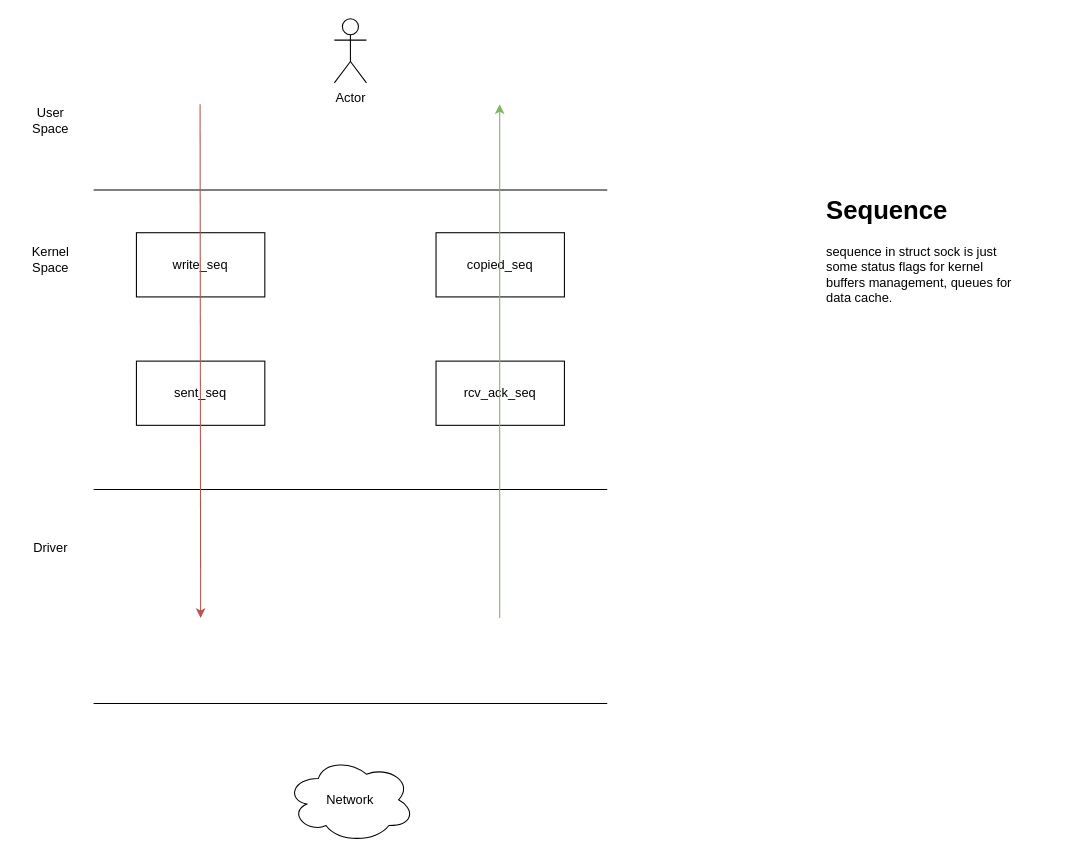
This is Untitled Diagram.drawio from 2lalei/some_graphs, a draw.io file, before an edit. Source tidied: cells renumbered, new cells numbered last; positions are measured from the earlier drawing's top-left corner, leaving out a move shared by most shapes. Both pictures are drawn from the tidied source at 107%, with x=0, y=0 at pixel (18, 18).
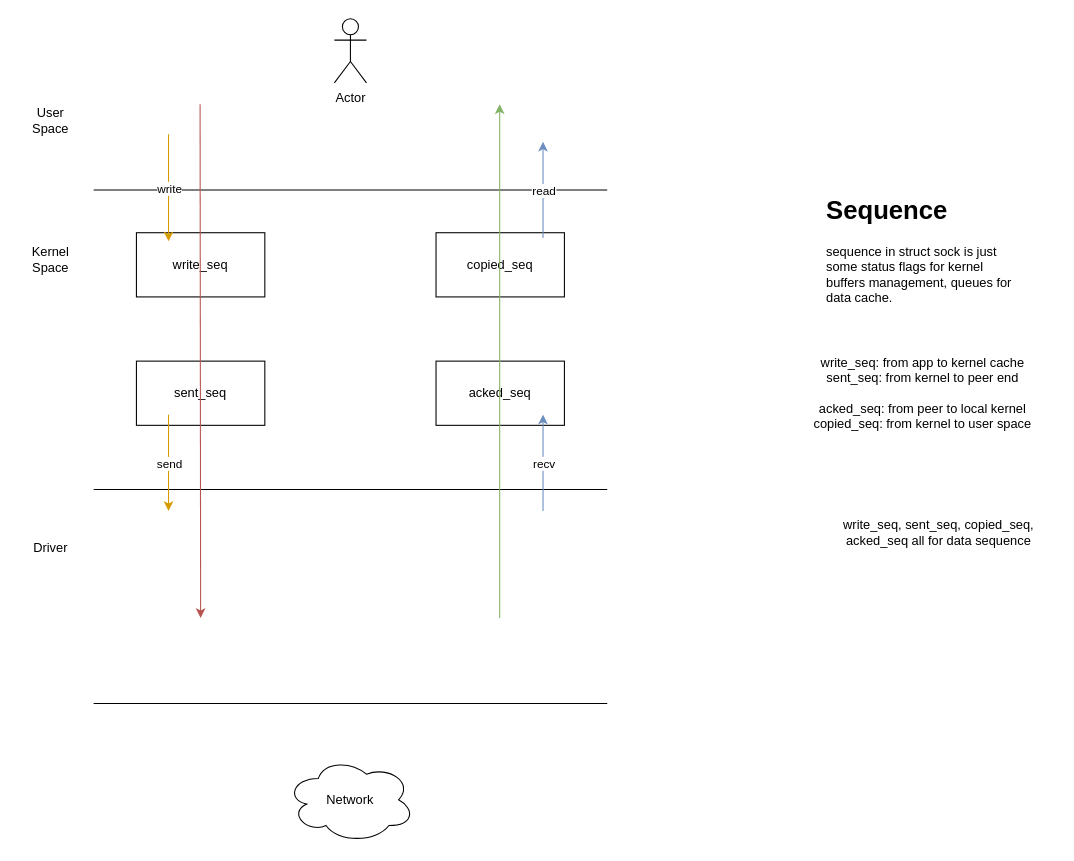
Above is the later version.

Change to the diagram source:
```diff
@@
-    <mxCell id="11" value="rcv_ack_seq" style="rounded=0;whiteSpace=wrap;html=1;" parent="1" vertex="1">
+    <mxCell id="11" value="acked_seq" style="rounded=0;whiteSpace=wrap;html=1;" parent="1" vertex="1">
       <mxGeometry x="390" y="320" width="120" height="60" as="geometry" />
     </mxCell>
@@
+    <mxCell id="17" style="endArrow=classic;html=1;rounded=0;fillColor=#ffe6cc;strokeColor=#d79b00;" parent="1" edge="1">
+      <mxGeometry relative="1" as="geometry">
+        <mxPoint x="140" y="108" as="sourcePoint" />
+        <mxPoint x="140" y="208" as="targetPoint" />
+      </mxGeometry>
+    </mxCell>
+    <mxCell id="18" value="write" style="edgeLabel;html=1;align=center;verticalAlign=middle;" parent="17" vertex="1">
+      <mxGeometry relative="1" as="geometry" />
+    </mxCell>
+    <mxCell id="19" style="endArrow=classic;html=1;rounded=0;fillColor=#ffe6cc;strokeColor=#d79b00;" parent="1" edge="1">
+      <mxGeometry relative="1" as="geometry">
+        <mxPoint x="140" y="370" as="sourcePoint" />
+        <mxPoint x="140" y="460" as="targetPoint" />
+      </mxGeometry>
+    </mxCell>
+    <mxCell id="20" value="&lt;div&gt;send&lt;/div&gt;" style="edgeLabel;html=1;align=center;verticalAlign=middle;" parent="19" vertex="1">
+      <mxGeometry relative="1" as="geometry" />
+    </mxCell>
+    <mxCell id="21" style="endArrow=classic;html=1;rounded=0;entryX=1;entryY=0;entryDx=0;entryDy=0;fillColor=#dae8fc;strokeColor=#6c8ebf;" parent="1" edge="1">
+      <mxGeometry relative="1" as="geometry">
+        <mxPoint x="490" y="460" as="sourcePoint" />
+        <mxPoint x="490" y="370" as="targetPoint" />
+      </mxGeometry>
+    </mxCell>
+    <mxCell id="22" value="recv" style="edgeLabel;html=1;align=center;verticalAlign=middle;" parent="21" vertex="1">
+      <mxGeometry relative="1" as="geometry" />
+    </mxCell>
+    <mxCell id="23" style="endArrow=classic;html=1;rounded=0;entryX=1;entryY=0;entryDx=0;entryDy=0;fillColor=#dae8fc;strokeColor=#6c8ebf;" parent="1" edge="1">
+      <mxGeometry relative="1" as="geometry">
+        <mxPoint x="490" y="205" as="sourcePoint" />
+        <mxPoint x="490" y="115" as="targetPoint" />
+      </mxGeometry>
+    </mxCell>
+    <mxCell id="24" value="read" style="edgeLabel;html=1;align=center;verticalAlign=middle;" parent="23" vertex="1">
+      <mxGeometry relative="1" as="geometry" />
+    </mxCell>
+    <mxCell id="25" value="write_seq, sent_seq, copied_seq, acked_seq all for data sequence" style="text;html=1;strokeColor=none;fillColor=none;align=center;verticalAlign=middle;whiteSpace=wrap;rounded=0;" parent="1" vertex="1">
+      <mxGeometry x="750" y="420" width="220" height="120" as="geometry" />
+    </mxCell>
+    <mxCell id="26" value="&lt;div&gt;write_seq: from app to kernel cache&lt;/div&gt;&lt;div&gt;sent_seq: from kernel to peer end&lt;/div&gt;&lt;div&gt;&lt;br&gt;&lt;/div&gt;&lt;div&gt;acked_seq: from peer to local kernel&lt;/div&gt;&lt;div&gt;copied_seq: from kernel to user space&lt;br&gt;&lt;/div&gt;" style="text;html=1;strokeColor=none;fillColor=none;align=center;verticalAlign=middle;whiteSpace=wrap;rounded=0;" parent="1" vertex="1">
+      <mxGeometry x="735" y="290" width="220" height="120" as="geometry" />
+    </mxCell>
```
